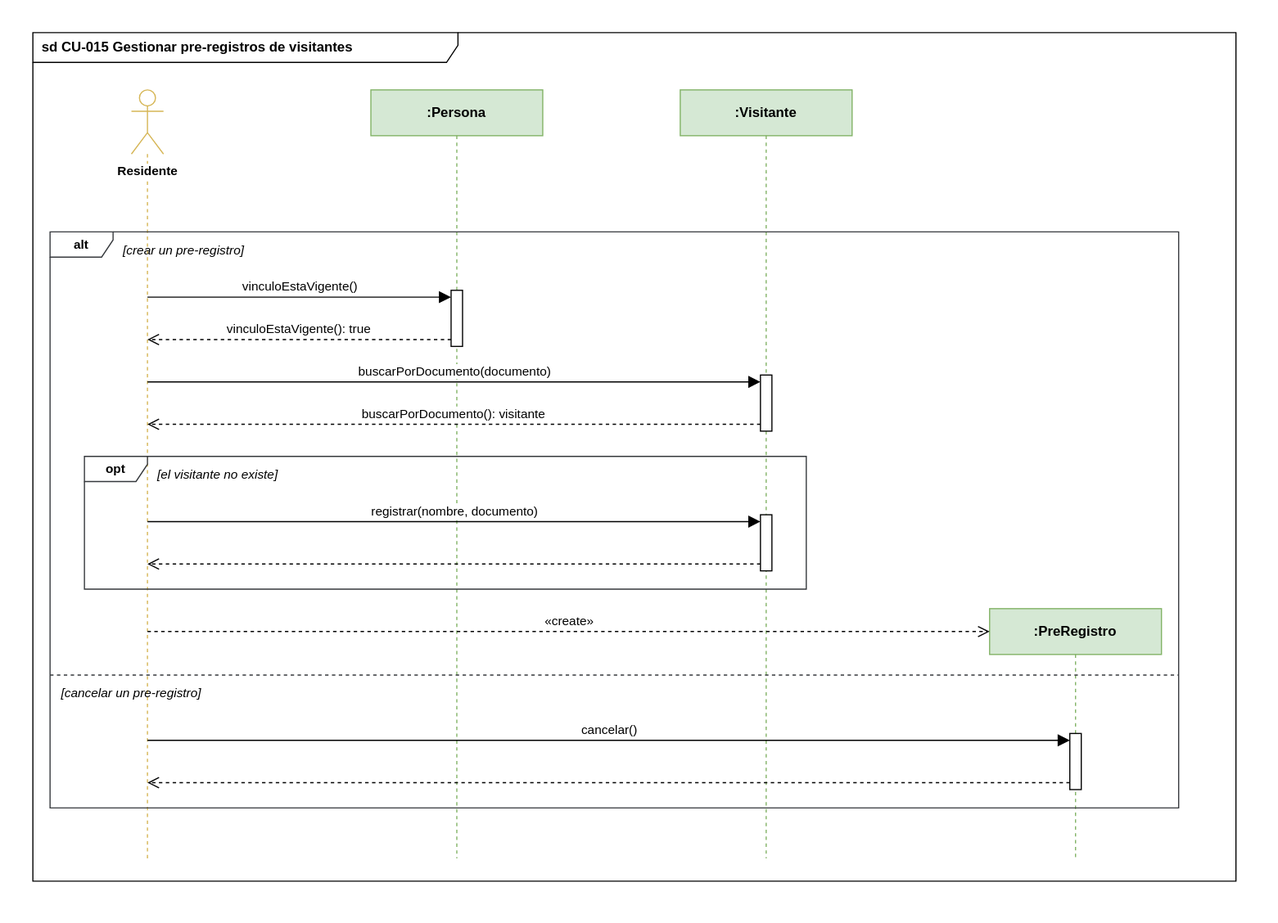
The draw.io diagram docs/diagramas/Secuencia/cu-015-gestionar-pre-registros-de-visitantes.svg in yor1008/propiedad-horizontal-back-end, before a commit. Source tidied: cells renumbered, new cells last; positions are measured from the earlier drawing's top-left corner, leaving out a move shared by most shapes.
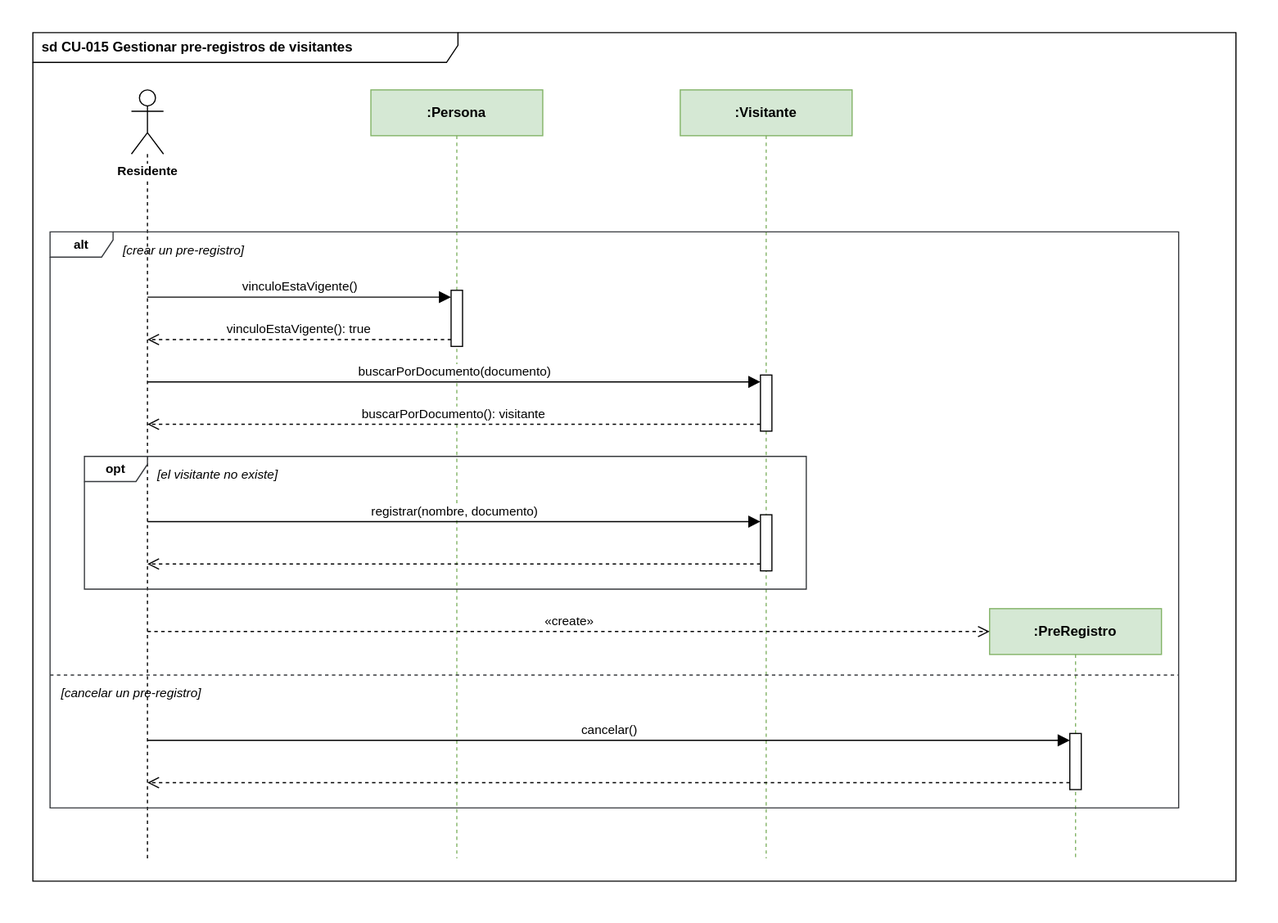
The same diagram one commit later.

Diff of the diagram source:
```diff
@@ -5,7 +5,7 @@
     <mxCell id="2" value="sd CU-015 Gestionar pre-registros de visitantes" style="shape=umlFrame;whiteSpace=wrap;html=1;fillColor=#ffffff;strokeColor=#000000;fontStyle=1;fontSize=12;align=left;spacingLeft=6;width=371;height=26;" parent="1" vertex="1">
       <mxGeometry width="1050" height="741" as="geometry" />
     </mxCell>
-    <mxCell id="3" value="Residente" style="shape=umlLifeline;participant=umlActor;perimeter=lifelinePerimeter;whiteSpace=nowrap;html=1;outlineConnect=0;portConstraint=eastwest;size=56;verticalAlign=top;spacingTop=58;labelBackgroundColor=#ffffff;fontStyle=1;fontSize=11;fillColor=#ffffff;strokeColor=#d6b656;" parent="1" vertex="1">
+    <mxCell id="3" value="Residente" style="shape=umlLifeline;participant=umlActor;perimeter=lifelinePerimeter;whiteSpace=nowrap;html=1;outlineConnect=0;portConstraint=eastwest;size=56;verticalAlign=top;spacingTop=58;labelBackgroundColor=#ffffff;fontStyle=1;fontSize=11;fillColor=#ffffff;strokeColor=#000000;" parent="1" vertex="1">
       <mxGeometry x="86" y="50" width="28" height="671" as="geometry" />
     </mxCell>
     <mxCell id="4" value=":Persona" style="shape=umlLifeline;perimeter=lifelinePerimeter;whiteSpace=wrap;html=1;size=40;fillColor=#d5e8d4;strokeColor=#82b366;fontStyle=1;fontSize=12;" parent="1" vertex="1">
```
